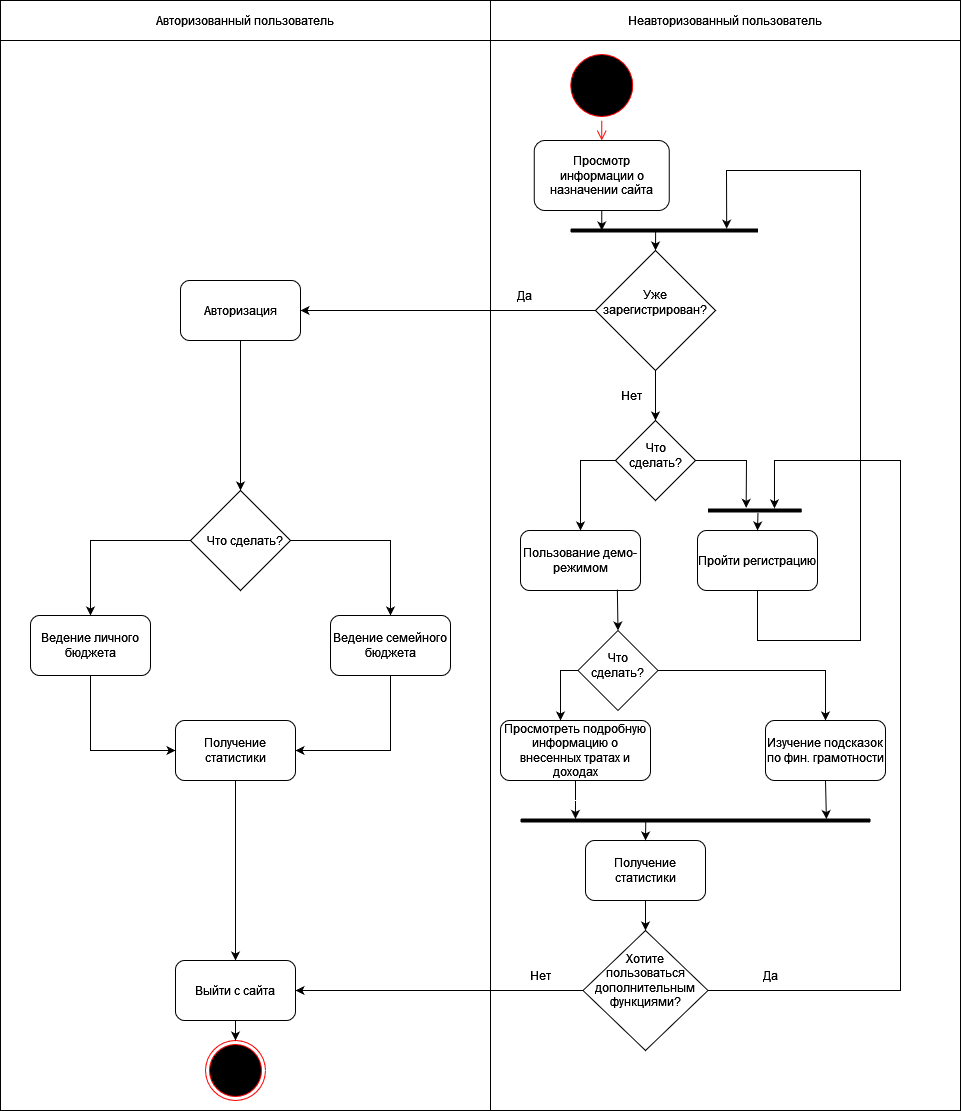
This is documentation/diagrams/Activity_diagram.png from money-pie/moneypie, a draw.io export, as it was before one commit. Source tidied: cells renumbered, new cells last; positions are measured from the earlier drawing's top-left corner, leaving out a move shared by most shapes.
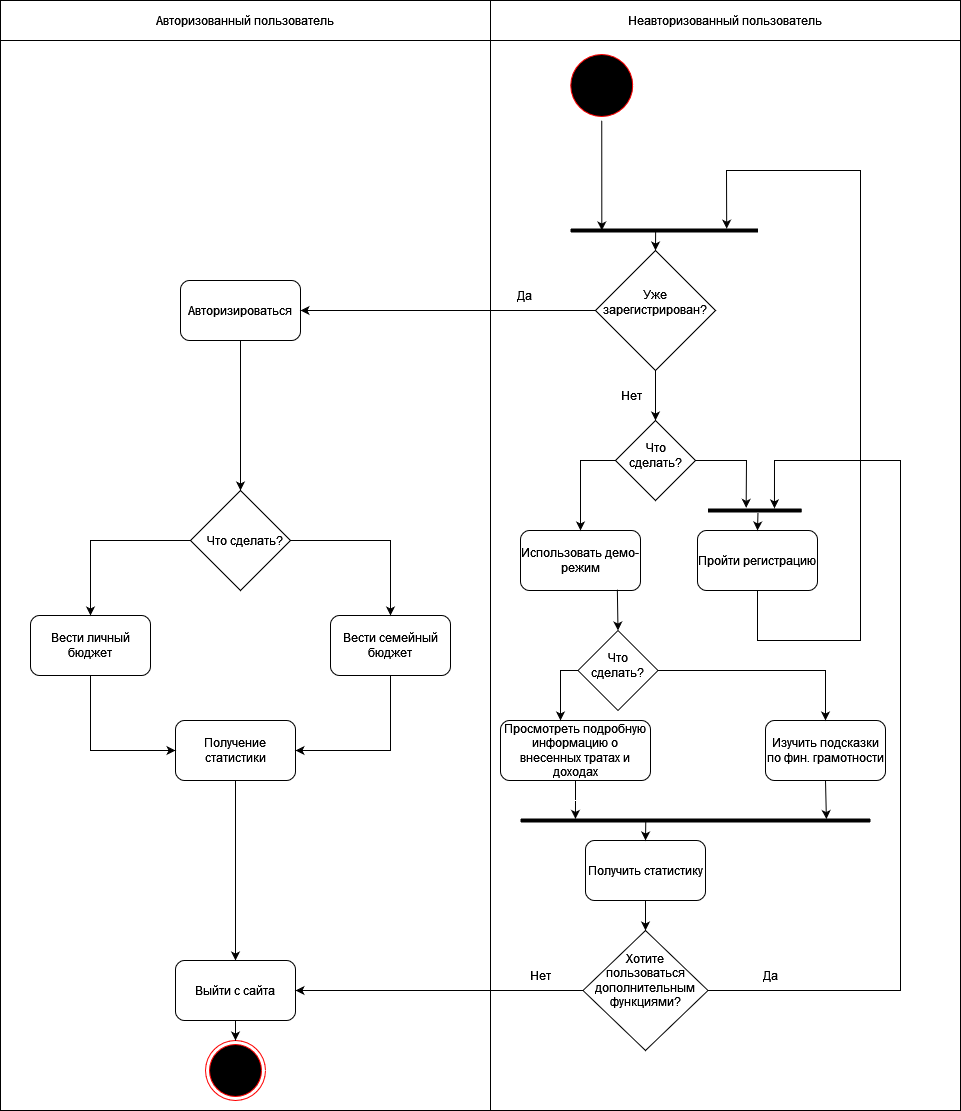
The same file after the commit.

Change to the diagram source:
```diff
@@ -17,15 +17,9 @@
     <mxCell id="6" style="ellipse;html=1;shape=startState;fillColor=#000000;strokeColor=#ff0000;" parent="1" vertex="1">
       <mxGeometry x="566.2" y="50" width="70" height="70" as="geometry" />
     </mxCell>
-    <mxCell id="7" style="edgeStyle=orthogonalEdgeStyle;html=1;verticalAlign=bottom;endArrow=open;endSize=8;strokeColor=#ff0000;rounded=0;entryX=0.5;entryY=0;entryDx=0;entryDy=0;" parent="1" edge="1" source="6" target="9">
-      <mxGeometry relative="1" as="geometry" />
-    </mxCell>
-    <mxCell id="8" style="edgeStyle=orthogonalEdgeStyle;rounded=0;jettySize=auto;html=1;exitX=0.5;exitY=1;exitDx=0;exitDy=0;" parent="1" edge="1" source="9" target="59">
+    <mxCell id="8" style="rounded=0;jettySize=auto;html=1;exitX=0.5;exitY=1;exitDx=0;exitDy=0;entryX=0.167;entryY=0.5;entryDx=0;entryDy=0;entryPerimeter=0;" parent="1" edge="1" source="6" target="59">
       <mxGeometry relative="1" as="geometry" />
     </mxCell>
-    <mxCell id="9" value="Просмотр информации о назначении сайта" style="rounded=1;whiteSpace=wrap;html=1;" parent="1" vertex="1">
-      <mxGeometry x="533.8" y="140" width="135" height="70" as="geometry" />
-    </mxCell>
     <mxCell id="10" style="edgeStyle=orthogonalEdgeStyle;rounded=0;jettySize=auto;html=1;exitX=0.5;exitY=1;exitDx=0;exitDy=0;entryX=0.5;entryY=0;entryDx=0;entryDy=0;" parent="1" edge="1" source="11" target="50">
       <mxGeometry relative="1" as="geometry" />
     </mxCell>
@@ -35,19 +29,19 @@
     <mxCell id="12" value="Уже зарегистрирован?" style="text;html=1;strokeColor=none;fillColor=none;align=center;verticalAlign=middle;whiteSpace=wrap;rounded=0;" parent="1" vertex="1">
       <mxGeometry x="607" y="287" width="95" height="30" as="geometry" />
     </mxCell>
-    <mxCell id="13" value="Авторизация" style="rounded=1;whiteSpace=wrap;html=1;" parent="1" vertex="1">
+    <mxCell id="13" value="Авторизироваться" style="rounded=1;whiteSpace=wrap;html=1;" parent="1" vertex="1">
       <mxGeometry x="180" y="280" width="120" height="60" as="geometry" />
     </mxCell>
     <mxCell id="14" style="rhombus;whiteSpace=wrap;html=1;" parent="1" vertex="1">
       <mxGeometry x="190" y="490" width="100" height="100" as="geometry" />
     </mxCell>
-    <mxCell id="15" value="Ведение личного бюджета" style="rounded=1;whiteSpace=wrap;html=1;" parent="1" vertex="1">
+    <mxCell id="15" value="Вести личный бюджет" style="rounded=1;whiteSpace=wrap;html=1;" parent="1" vertex="1">
       <mxGeometry x="30" y="615" width="120" height="60" as="geometry" />
     </mxCell>
-    <mxCell id="16" value="Ведение семейного бюджета" style="rounded=1;whiteSpace=wrap;html=1;" parent="1" vertex="1">
+    <mxCell id="16" value="Вести семейный бюджет" style="rounded=1;whiteSpace=wrap;html=1;" parent="1" vertex="1">
       <mxGeometry x="330" y="615" width="120" height="60" as="geometry" />
     </mxCell>
-    <mxCell id="17" value="Пользование демо-режимом" style="rounded=1;whiteSpace=wrap;html=1;" parent="1" vertex="1">
+    <mxCell id="17" value="Использовать демо-режим" style="rounded=1;whiteSpace=wrap;html=1;" parent="1" vertex="1">
       <mxGeometry x="520" y="530" width="120" height="60" as="geometry" />
     </mxCell>
     <mxCell id="18" style="endArrow=classic;html=1;rounded=0;exitX=0;exitY=0.5;exitDx=0;exitDy=0;entryX=1;entryY=0.5;entryDx=0;entryDy=0;" parent="1" edge="1" source="11" target="13">
@@ -59,7 +53,7 @@
     <mxCell id="20" value="Просмотреть подробную информацию о внесенных тратах и доходах" style="rounded=1;whiteSpace=wrap;html=1;" parent="1" vertex="1">
       <mxGeometry x="500" y="720" width="150" height="60" as="geometry" />
     </mxCell>
-    <mxCell id="21" value="Изучение подсказок по фин. грамотности" style="rounded=1;whiteSpace=wrap;html=1;" parent="1" vertex="1">
+    <mxCell id="21" value="Изучить подсказки по фин. грамотности" style="rounded=1;whiteSpace=wrap;html=1;" parent="1" vertex="1">
       <mxGeometry x="765" y="720" width="120" height="60" as="geometry" />
     </mxCell>
     <mxCell id="22" value="Нет" style="text;html=1;strokeColor=none;fillColor=none;align=center;verticalAlign=middle;whiteSpace=wrap;rounded=0;" parent="1" vertex="1">
@@ -148,7 +142,7 @@
     <mxCell id="40" style="endArrow=classic;html=1;rounded=0;exitX=0.5;exitY=1;exitDx=0;exitDy=0;entryX=0.5;entryY=0;entryDx=0;entryDy=0;" parent="1" edge="1" source="38" target="39">
       <mxGeometry relative="1" as="geometry" />
     </mxCell>
-    <mxCell id="41" value="Получение статистики" style="rounded=1;whiteSpace=wrap;html=1;" parent="1" vertex="1">
+    <mxCell id="41" value="Получить статистику" style="rounded=1;whiteSpace=wrap;html=1;" parent="1" vertex="1">
       <mxGeometry x="585" y="840" width="120" height="60" as="geometry" />
     </mxCell>
     <mxCell id="42" style="endArrow=classic;html=1;rounded=0;entryX=0.5;entryY=0;entryDx=0;entryDy=0;exitX=0.358;exitY=0.433;exitDx=0;exitDy=0;exitPerimeter=0;" parent="1" edge="1" source="28" target="41">
```
